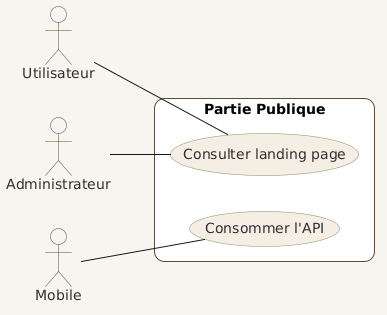
yasmineh-d/SmartDress keeps this PlantUML diagram as Presentation/images/cas_utilisation_globale_partie_public.png. Above is the earlier version.
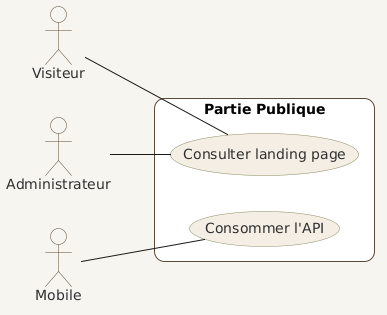
Above is the later version.

The edit, as a diff of the source:
```diff
@@ -23,7 +23,7 @@
     RoundCorner 20
 }
 
-actor Utilisateur
+actor Visiteur
 actor Administrateur
 actor Mobile
 
@@ -34,7 +34,7 @@
 
 }
 
-Utilisateur -- UC1
+Visiteur -- UC1
 Administrateur -- UC1
 Mobile -- UC2
 @enduml
```
